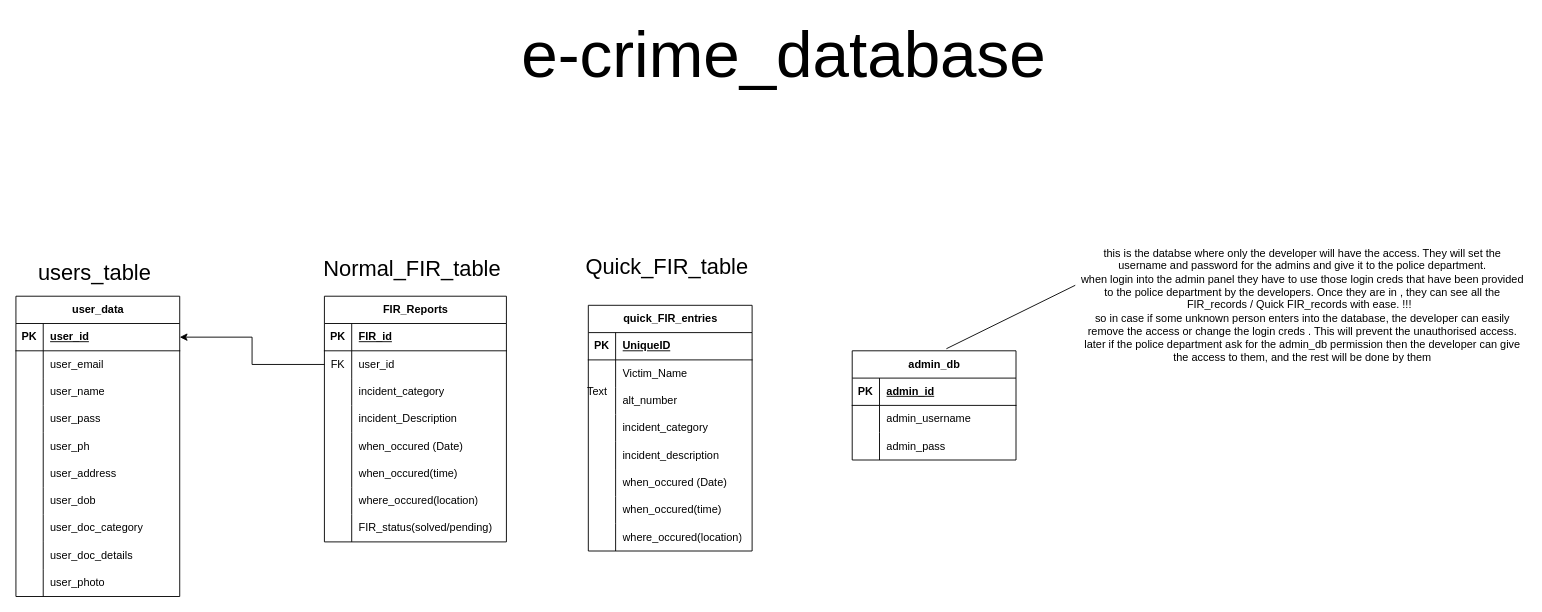
The draw.io diagram erd_java_minor_project.drawio in AKA-RONY/Minor_Project-demo-sketch, before the edit. Source tidied: cells renumbered, new cells numbered last; positions are measured from the earlier drawing's top-left corner, leaving out a move shared by most shapes. Both pictures are drawn from the tidied source at 91%, with x=0, y=0 at pixel (15, 41).
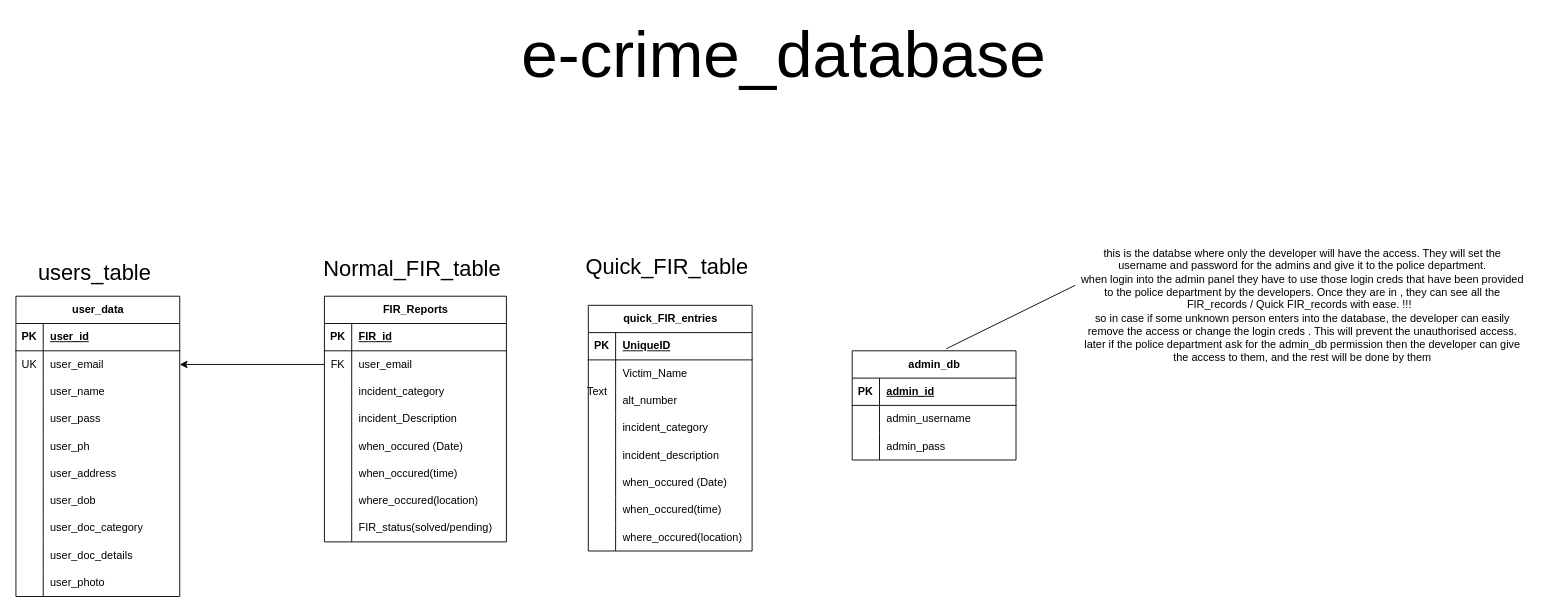
The same diagram, later.

Unchanged cells that the change refers to:
```xml
<mxCell id="3" style="shape=tableRow;horizontal=0;startSize=0;swimlaneHead=0;swimlaneBody=0;fillColor=none;points=[[0,0.5],[1,0.5]];portConstraint=eastwest;top=0;left=0;right=0;bottom=1;" parent="2" vertex="1">
  <mxGeometry y="30" width="180" height="30" as="geometry" />
</mxCell>
<mxCell id="6" style="shape=tableRow;horizontal=0;startSize=0;swimlaneHead=0;swimlaneBody=0;fillColor=none;points=[[0,0.5],[1,0.5]];portConstraint=eastwest;top=0;left=0;right=0;bottom=0;" parent="2" vertex="1">
  <mxGeometry y="60" width="180" height="30" as="geometry" />
</mxCell>
<mxCell id="72" style="shape=tableRow;horizontal=0;startSize=0;swimlaneHead=0;swimlaneBody=0;fillColor=none;points=[[0,0.5],[1,0.5]];portConstraint=eastwest;top=0;left=0;right=0;bottom=0;" parent="68" vertex="1">
  <mxGeometry y="60" width="200" height="30" as="geometry" />
</mxCell>
```

Diff of the diagram source:
```diff
@@
-    <mxCell id="7" style="shape=partialRectangle;fillColor=none;top=0;left=0;bottom=0;right=0;overflow=hidden;whiteSpace=wrap;html=1;" parent="6" vertex="1">
+    <mxCell id="7" value="UK" style="shape=partialRectangle;fillColor=none;top=0;left=0;bottom=0;right=0;overflow=hidden;whiteSpace=wrap;html=1;" parent="6" vertex="1">
       <mxGeometry width="30" height="30" as="geometry" />
     </mxCell>
@@
-    <mxCell id="74" value="user_id" style="shape=partialRectangle;fillColor=none;top=0;left=0;bottom=0;right=0;align=left;spacingLeft=6;overflow=hidden;whiteSpace=wrap;html=1;" parent="72" vertex="1">
+    <mxCell id="74" value="user_email" style="shape=partialRectangle;fillColor=none;top=0;left=0;bottom=0;right=0;align=left;spacingLeft=6;overflow=hidden;whiteSpace=wrap;html=1;" parent="72" vertex="1">
       <mxGeometry x="30" width="170" height="30" as="geometry" />
     </mxCell>
@@
-    <mxCell id="93" style="edgeStyle=orthogonalEdgeStyle;rounded=0;jettySize=auto;html=1;entryX=1;entryY=0.5;entryDx=0;entryDy=0;" parent="1" edge="1" source="72" target="3">
+    <mxCell id="93" style="edgeStyle=orthogonalEdgeStyle;rounded=0;jettySize=auto;html=1;entryX=1;entryY=0.5;entryDx=0;entryDy=0;" parent="1" edge="1" source="72" target="6">
       <mxGeometry relative="1" as="geometry" />
     </mxCell>
```
